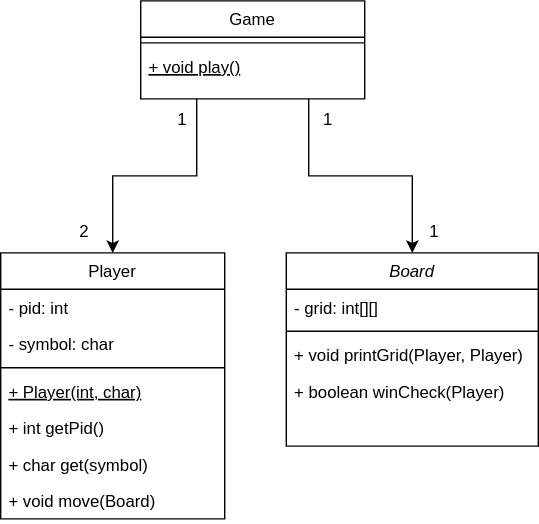
lokomotiva55/TicTacToe_v3 keeps this draw.io diagram as tictactoe/Diagram.svg. Above is the earlier version. Source tidied: cells renumbered, new cells last; positions are measured from the earlier drawing's top-left corner, leaving out a move shared by most shapes. The source it was exported from:
```xml
<mxGraphModel>
  <root>
    <mxCell id="0" />
    <mxCell id="1" parent="0" />
    <mxCell id="2" value="Board" style="swimlane;fontStyle=2;align=center;verticalAlign=top;horizontal=1;startSize=26;rounded=0;shadow=0;strokeWidth=1;" parent="1" vertex="1">
      <mxGeometry x="204" y="180" width="180" height="138" as="geometry" />
    </mxCell>
    <mxCell id="3" value="- grid: int[][]" style="text;align=left;verticalAlign=top;spacingLeft=4;spacingRight=4;overflow=hidden;" parent="2" vertex="1">
      <mxGeometry y="26" width="180" height="26" as="geometry" />
    </mxCell>
    <mxCell id="4" style="line;html=1;strokeWidth=1;align=left;verticalAlign=middle;spacingTop=-1;spacingLeft=3;spacingRight=3;labelPosition=right;" parent="2" vertex="1">
      <mxGeometry y="52" width="180" height="8" as="geometry" />
    </mxCell>
    <mxCell id="5" value="+ void printGrid(Player, Player)" style="text;align=left;verticalAlign=top;spacingLeft=4;spacingRight=4;overflow=hidden;" parent="2" vertex="1">
      <mxGeometry y="60" width="180" height="26" as="geometry" />
    </mxCell>
    <mxCell id="6" value="+ boolean winCheck(Player)" style="text;align=left;verticalAlign=top;spacingLeft=4;spacingRight=4;overflow=hidden;" parent="2" vertex="1">
      <mxGeometry y="86" width="180" height="26" as="geometry" />
    </mxCell>
    <mxCell id="7" value="Player" style="swimlane;fontStyle=0;align=center;verticalAlign=top;horizontal=1;startSize=26;rounded=0;shadow=0;strokeWidth=1;" parent="1" vertex="1">
      <mxGeometry y="180" width="160" height="190" as="geometry" />
    </mxCell>
    <mxCell id="8" value="- pid: int" style="text;align=left;verticalAlign=top;spacingLeft=4;spacingRight=4;overflow=hidden;" parent="7" vertex="1">
      <mxGeometry y="26" width="160" height="26" as="geometry" />
    </mxCell>
    <mxCell id="9" value="- symbol: char" style="text;align=left;verticalAlign=top;spacingLeft=4;spacingRight=4;overflow=hidden;rounded=0;shadow=0;html=0;" parent="7" vertex="1">
      <mxGeometry y="52" width="160" height="26" as="geometry" />
    </mxCell>
    <mxCell id="10" style="line;html=1;strokeWidth=1;align=left;verticalAlign=middle;spacingTop=-1;spacingLeft=3;spacingRight=3;labelPosition=right;" parent="7" vertex="1">
      <mxGeometry y="78" width="160" height="8" as="geometry" />
    </mxCell>
    <mxCell id="11" value="+ Player(int, char)" style="text;align=left;verticalAlign=top;spacingLeft=4;spacingRight=4;overflow=hidden;fontStyle=4;" parent="7" vertex="1">
      <mxGeometry y="86" width="160" height="26" as="geometry" />
    </mxCell>
    <mxCell id="12" value="+ int getPid()" style="text;align=left;verticalAlign=top;spacingLeft=4;spacingRight=4;overflow=hidden;" parent="7" vertex="1">
      <mxGeometry y="112" width="160" height="26" as="geometry" />
    </mxCell>
    <mxCell id="13" value="+ char get(symbol)" style="text;align=left;verticalAlign=top;spacingLeft=4;spacingRight=4;overflow=hidden;" parent="7" vertex="1">
      <mxGeometry y="138" width="160" height="26" as="geometry" />
    </mxCell>
    <mxCell id="14" value="+ void move(Board)" style="text;align=left;verticalAlign=top;spacingLeft=4;spacingRight=4;overflow=hidden;" parent="7" vertex="1">
      <mxGeometry y="164" width="160" height="26" as="geometry" />
    </mxCell>
    <mxCell id="15" style="edgeStyle=orthogonalEdgeStyle;rounded=0;jettySize=auto;html=1;exitX=0.25;exitY=1;exitDx=0;exitDy=0;entryX=0.5;entryY=0;entryDx=0;entryDy=0;" parent="1" edge="1" source="17" target="7">
      <mxGeometry relative="1" as="geometry" />
    </mxCell>
    <mxCell id="16" style="edgeStyle=orthogonalEdgeStyle;rounded=0;jettySize=auto;html=1;exitX=0.75;exitY=1;exitDx=0;exitDy=0;entryX=0.5;entryY=0;entryDx=0;entryDy=0;" parent="1" edge="1" source="17" target="2">
      <mxGeometry relative="1" as="geometry" />
    </mxCell>
    <mxCell id="17" value="Game" style="swimlane;fontStyle=0;align=center;verticalAlign=top;horizontal=1;startSize=26;rounded=0;shadow=0;strokeWidth=1;" parent="1" vertex="1">
      <mxGeometry x="100" width="160" height="70" as="geometry" />
    </mxCell>
    <mxCell id="18" style="line;html=1;strokeWidth=1;align=left;verticalAlign=middle;spacingTop=-1;spacingLeft=3;spacingRight=3;labelPosition=right;" parent="17" vertex="1">
      <mxGeometry y="26" width="160" height="8" as="geometry" />
    </mxCell>
    <mxCell id="19" value="+ void play()" style="text;align=left;verticalAlign=top;spacingLeft=4;spacingRight=4;overflow=hidden;fontStyle=4;" parent="17" vertex="1">
      <mxGeometry y="34" width="160" height="26" as="geometry" />
    </mxCell>
    <mxCell id="20" value="1" style="text;html=1;align=center;verticalAlign=middle;whiteSpace=wrap;rounded=0;" parent="1" vertex="1">
      <mxGeometry x="100" y="70" width="60" height="30" as="geometry" />
    </mxCell>
    <mxCell id="21" value="2" style="text;html=1;align=center;verticalAlign=middle;whiteSpace=wrap;rounded=0;" parent="1" vertex="1">
      <mxGeometry x="30" y="150" width="60" height="30" as="geometry" />
    </mxCell>
    <mxCell id="22" value="1" style="text;html=1;align=center;verticalAlign=middle;whiteSpace=wrap;rounded=0;" parent="1" vertex="1">
      <mxGeometry x="204" y="70" width="60" height="30" as="geometry" />
    </mxCell>
    <mxCell id="23" value="1" style="text;html=1;align=center;verticalAlign=middle;whiteSpace=wrap;rounded=0;" parent="1" vertex="1">
      <mxGeometry x="280" y="150" width="60" height="30" as="geometry" />
    </mxCell>
  </root>
</mxGraphModel>
```
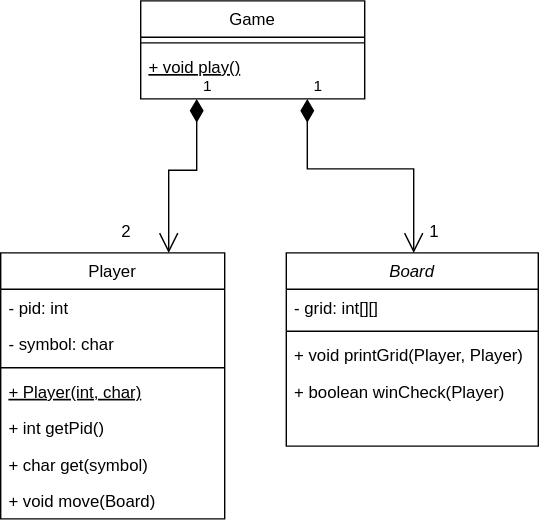
After the change.

Diff of the diagram source:
```diff
@@ -41,12 +41,6 @@
     <mxCell id="14" value="+ void move(Board)" style="text;align=left;verticalAlign=top;spacingLeft=4;spacingRight=4;overflow=hidden;" parent="7" vertex="1">
       <mxGeometry y="164" width="160" height="26" as="geometry" />
     </mxCell>
-    <mxCell id="15" style="edgeStyle=orthogonalEdgeStyle;rounded=0;jettySize=auto;html=1;exitX=0.25;exitY=1;exitDx=0;exitDy=0;entryX=0.5;entryY=0;entryDx=0;entryDy=0;" parent="1" edge="1" source="17" target="7">
-      <mxGeometry relative="1" as="geometry" />
-    </mxCell>
-    <mxCell id="16" style="edgeStyle=orthogonalEdgeStyle;rounded=0;jettySize=auto;html=1;exitX=0.75;exitY=1;exitDx=0;exitDy=0;entryX=0.5;entryY=0;entryDx=0;entryDy=0;" parent="1" edge="1" source="17" target="2">
-      <mxGeometry relative="1" as="geometry" />
-    </mxCell>
     <mxCell id="17" value="Game" style="swimlane;fontStyle=0;align=center;verticalAlign=top;horizontal=1;startSize=26;rounded=0;shadow=0;strokeWidth=1;" parent="1" vertex="1">
       <mxGeometry x="100" width="160" height="70" as="geometry" />
     </mxCell>
@@ -56,17 +50,28 @@
     <mxCell id="19" value="+ void play()" style="text;align=left;verticalAlign=top;spacingLeft=4;spacingRight=4;overflow=hidden;fontStyle=4;" parent="17" vertex="1">
       <mxGeometry y="34" width="160" height="26" as="geometry" />
     </mxCell>
-    <mxCell id="20" value="1" style="text;html=1;align=center;verticalAlign=middle;whiteSpace=wrap;rounded=0;" parent="1" vertex="1">
-      <mxGeometry x="100" y="70" width="60" height="30" as="geometry" />
-    </mxCell>
+    <mxCell id="23" value="1" style="text;html=1;align=center;verticalAlign=middle;whiteSpace=wrap;rounded=0;" parent="1" vertex="1">
+      <mxGeometry x="280" y="150" width="60" height="30" as="geometry" />
+    </mxCell>
+    <mxCell id="24" value="1" style="endArrow=open;html=1;endSize=12;startArrow=diamondThin;startSize=14;startFill=1;edgeStyle=orthogonalEdgeStyle;align=left;verticalAlign=bottom;rounded=0;exitX=0.25;exitY=0;exitDx=0;exitDy=0;entryX=0.25;entryY=1;entryDx=0;entryDy=0;" parent="1" edge="1" target="23">
+      <mxGeometry x="-1" y="3" relative="1" as="geometry">
+        <mxPoint x="219" y="70" as="sourcePoint" />
+        <Array as="points">
+          <mxPoint x="219" y="120" />
+          <mxPoint x="295" y="120" />
+        </Array>
+      </mxGeometry>
+    </mxCell>
+    <mxCell id="15" value="1" style="endArrow=open;html=1;endSize=12;startArrow=diamondThin;startSize=14;startFill=1;edgeStyle=orthogonalEdgeStyle;align=left;verticalAlign=bottom;rounded=0;exitX=0.25;exitY=1;exitDx=0;exitDy=0;entryX=0.75;entryY=0;entryDx=0;entryDy=0;" parent="1" edge="1" source="17" target="7">
+      <mxGeometry x="-1" y="3" relative="1" as="geometry">
+        <Array as="points">
+          <mxPoint x="140" y="121" />
+          <mxPoint x="120" y="121" />
+        </Array>
+      </mxGeometry>
+    </mxCell>
     <mxCell id="21" value="2" style="text;html=1;align=center;verticalAlign=middle;whiteSpace=wrap;rounded=0;" parent="1" vertex="1">
-      <mxGeometry x="30" y="150" width="60" height="30" as="geometry" />
+      <mxGeometry x="60" y="150" width="60" height="30" as="geometry" />
     </mxCell>
-    <mxCell id="22" value="1" style="text;html=1;align=center;verticalAlign=middle;whiteSpace=wrap;rounded=0;" parent="1" vertex="1">
-      <mxGeometry x="204" y="70" width="60" height="30" as="geometry" />
-    </mxCell>
-    <mxCell id="23" value="1" style="text;html=1;align=center;verticalAlign=middle;whiteSpace=wrap;rounded=0;" parent="1" vertex="1">
-      <mxGeometry x="280" y="150" width="60" height="30" as="geometry" />
-    </mxCell>
   </root>
 </mxGraphModel>
```
